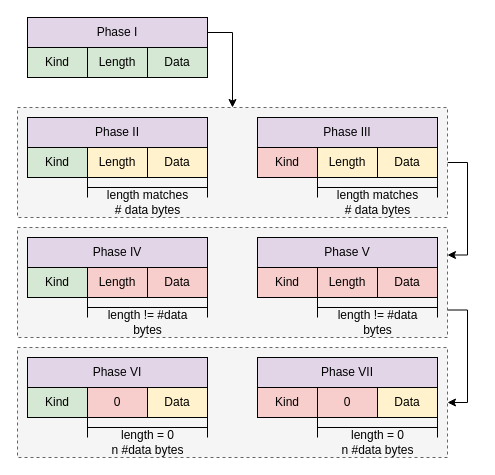
0xca7/SNF keeps this draw.io diagram as doc/phases_fuzzing.drawio. Above is the earlier version. Source tidied: cells renumbered, new cells numbered last; positions are measured from the earlier drawing's top-left corner, leaving out a move shared by most shapes. Both pictures are drawn from the tidied source at 100%, with x=0, y=0 at pixel (17, 17).
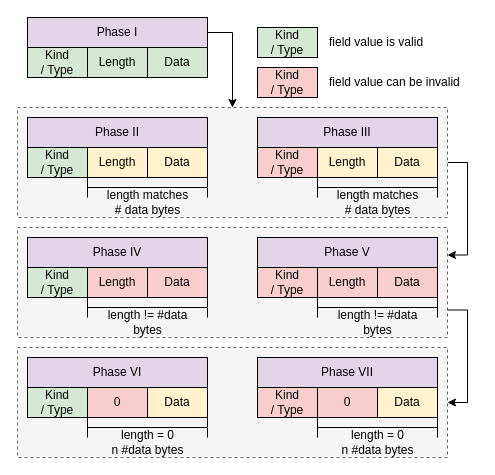
Above is the later version.

The edit, as a diff of the source:
```diff
@@
-    <mxCell id="9" value="Kind" style="rounded=0;whiteSpace=wrap;html=1;fillColor=#d5e8d4;strokeColor=#000000;" parent="1" vertex="1">
-      <mxGeometry x="10" y="30" width="60" height="30" as="geometry" />
-    </mxCell>
+    <mxCell id="48" value="&lt;div&gt;Kind&lt;/div&gt;/ Type" style="rounded=0;whiteSpace=wrap;html=1;fillColor=#d5e8d4;strokeColor=#000000;" parent="1" vertex="1">
+      <mxGeometry x="10" y="30" width="60" height="30" as="geometry" />
+    </mxCell>
@@
-    <mxCell id="13" value="Kind" style="rounded=0;whiteSpace=wrap;html=1;fillColor=#d5e8d4;strokeColor=#000000;" parent="1" vertex="1">
-      <mxGeometry x="10" y="130" width="60" height="30" as="geometry" />
-    </mxCell>
+    <mxCell id="49" value="&lt;div&gt;Kind&lt;/div&gt;/ Type" style="rounded=0;whiteSpace=wrap;html=1;fillColor=#d5e8d4;strokeColor=#000000;" parent="1" vertex="1">
+      <mxGeometry x="10" y="130" width="60" height="30" as="geometry" />
+    </mxCell>
@@
-    <mxCell id="19" value="Kind" style="rounded=0;whiteSpace=wrap;html=1;fillColor=#d5e8d4;strokeColor=#000000;" parent="1" vertex="1">
-      <mxGeometry x="10" y="250" width="60" height="30" as="geometry" />
-    </mxCell>
+    <mxCell id="50" value="&lt;div&gt;Kind&lt;/div&gt;/ Type" style="rounded=0;whiteSpace=wrap;html=1;fillColor=#d5e8d4;strokeColor=#000000;" parent="1" vertex="1">
+      <mxGeometry x="10" y="250" width="60" height="30" as="geometry" />
+    </mxCell>
@@
-    <mxCell id="25" value="Kind" style="rounded=0;whiteSpace=wrap;html=1;fillColor=#f8cecc;strokeColor=#000000;" parent="1" vertex="1">
-      <mxGeometry x="240" y="130" width="60" height="30" as="geometry" />
-    </mxCell>
+    <mxCell id="51" value="&lt;div&gt;Kind&lt;/div&gt;/ Type" style="rounded=0;whiteSpace=wrap;html=1;fillColor=#f8cecc;strokeColor=#000000;" parent="1" vertex="1">
+      <mxGeometry x="240" y="130" width="60" height="30" as="geometry" />
+    </mxCell>
@@
-    <mxCell id="31" value="Kind" style="rounded=0;whiteSpace=wrap;html=1;fillColor=#f8cecc;strokeColor=#000000;" parent="1" vertex="1">
-      <mxGeometry x="240" y="250" width="60" height="30" as="geometry" />
-    </mxCell>
+    <mxCell id="52" value="&lt;div&gt;Kind&lt;/div&gt;/ Type" style="rounded=0;whiteSpace=wrap;html=1;fillColor=#f8cecc;strokeColor=#000000;" parent="1" vertex="1">
+      <mxGeometry x="240" y="250" width="60" height="30" as="geometry" />
+    </mxCell>
@@
-    <mxCell id="37" value="Kind" style="rounded=0;whiteSpace=wrap;html=1;fillColor=#d5e8d4;strokeColor=#000000;" parent="1" vertex="1">
-      <mxGeometry x="10" y="370" width="60" height="30" as="geometry" />
-    </mxCell>
+    <mxCell id="53" value="&lt;div&gt;Kind&lt;/div&gt;/ Type" style="rounded=0;whiteSpace=wrap;html=1;fillColor=#d5e8d4;strokeColor=#000000;" parent="1" vertex="1">
+      <mxGeometry x="10" y="370" width="60" height="30" as="geometry" />
+    </mxCell>
@@
-    <mxCell id="43" value="Kind" style="rounded=0;whiteSpace=wrap;html=1;fillColor=#f8cecc;strokeColor=#000000;" parent="1" vertex="1">
-      <mxGeometry x="240" y="370" width="60" height="30" as="geometry" />
-    </mxCell>
+    <mxCell id="54" value="&lt;div&gt;Kind&lt;/div&gt;/ Type" style="rounded=0;whiteSpace=wrap;html=1;fillColor=#f8cecc;strokeColor=#000000;" parent="1" vertex="1">
+      <mxGeometry x="240" y="370" width="60" height="30" as="geometry" />
+    </mxCell>
@@
+    <mxCell id="55" value="&lt;div&gt;Kind&lt;/div&gt;/ Type" style="rounded=0;whiteSpace=wrap;html=1;fillColor=#d5e8d4;strokeColor=#000000;" parent="1" vertex="1">
+      <mxGeometry x="240" y="10" width="60" height="30" as="geometry" />
+    </mxCell>
+    <mxCell id="56" value="&lt;div&gt;Kind&lt;/div&gt;/ Type" style="rounded=0;whiteSpace=wrap;html=1;fillColor=#f8cecc;strokeColor=#000000;" parent="1" vertex="1">
+      <mxGeometry x="240" y="50" width="60" height="30" as="geometry" />
+    </mxCell>
+    <mxCell id="57" value="field value can be invalid" style="text;html=1;align=left;verticalAlign=middle;strokeColor=none;fillColor=none;" parent="1" vertex="1">
+      <mxGeometry x="310" y="55" width="150" height="20" as="geometry" />
+    </mxCell>
+    <mxCell id="58" value="field value is valid" style="text;html=1;align=left;verticalAlign=middle;strokeColor=none;fillColor=none;" parent="1" vertex="1">
+      <mxGeometry x="310" y="15" width="110" height="20" as="geometry" />
+    </mxCell>
```
